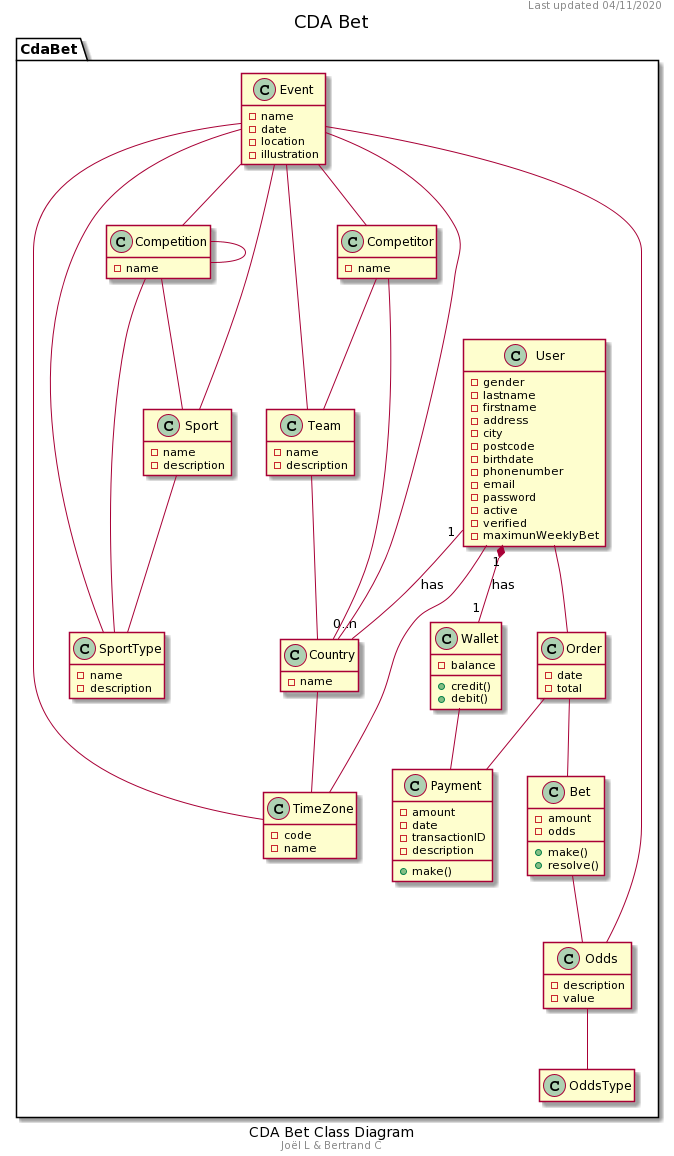
This is docs/diagrams/export/CDA Bet Class Diagram.png from OFP-CDA-Mulhouse-2020/parisportif1, a PlantUML export, as it was before one commit.
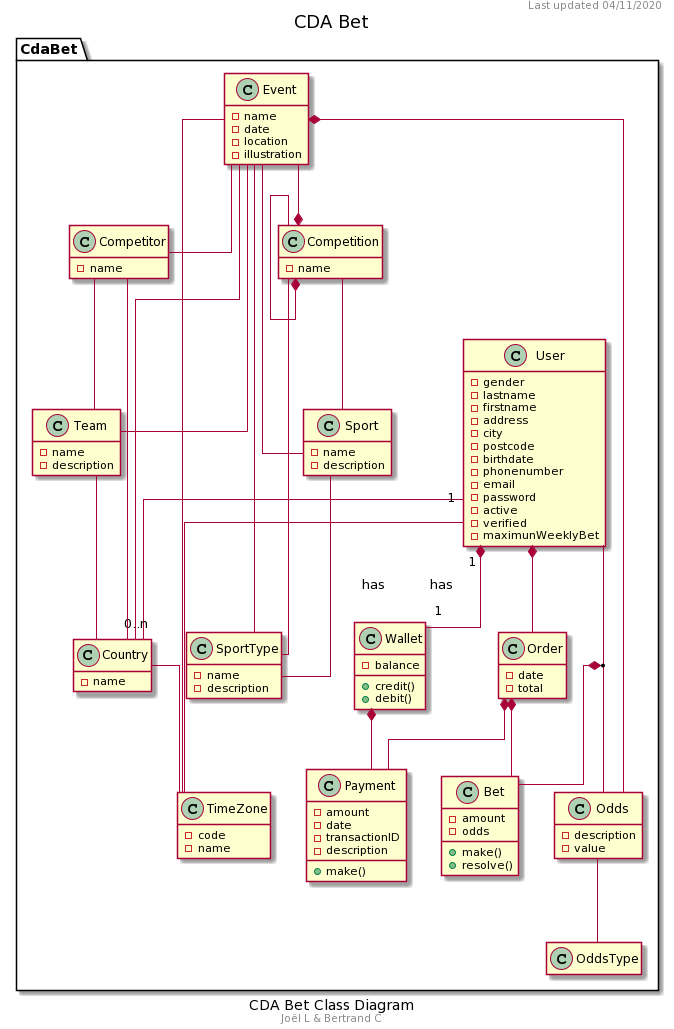
The same file after the commit.

Commit message:
Mandatory commit; Class diagram update relationships and cardinalities

Change to the diagram source:
```diff
@@ -1,5 +1,6 @@
 @startuml
 hide empty members
+skinparam linetype ortho
 caption CDA Bet Class Diagram
 footer Joël L & Bertrand C
 header Last updated 04/11/2020
@@ -99,26 +100,26 @@
     User "1" -- "0..n" Country : has
     User -- TimeZone
     Country -- TimeZone
-    Wallet -- Payment
+    Wallet *-- Payment
     Sport -- SportType
     Competitor -- Team
     Competitor -- Country
     Team -- Country
     Odds -- OddsType
-    Bet -- Odds
-    Event -- Competition
-    Competition -- Competition
+    (User, Odds) *-- Bet
+    Event --* Competition
+    Competition --* Competition
     Competition -- Sport
     Competition -- SportType
-    Order -- Payment
-    Event -- Odds
+    Order *-- Payment
+    Event *-- Odds
     Event -- Sport
     Event -- SportType
     Event -- Competitor
     Event -- Team
     Event -- Country
     Event -- TimeZone
-    User -- Order
-    Order -- Bet
+    User *-- Order
+    Order *-- Bet
 }
 @enduml
```
